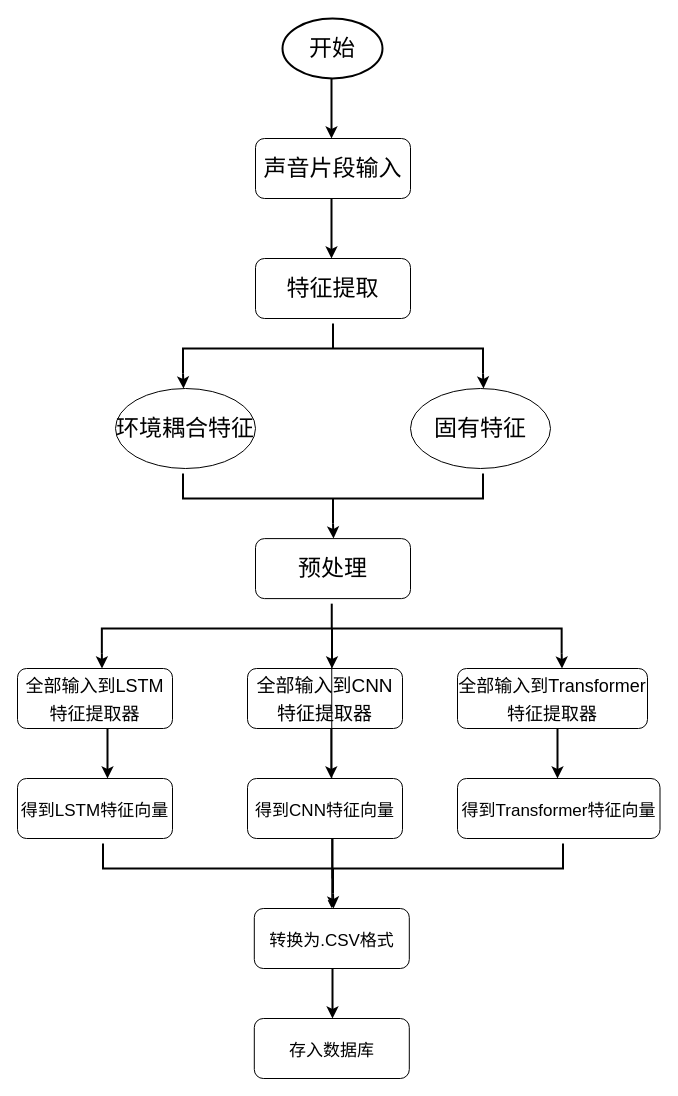
The draw.io diagram page "总体流程图" (1 of 2) of 水下目标提取标书/流程图.drawio in Corner430/drawio, before the edit. Source tidied: cells renumbered, new cells numbered last; positions are measured from the earlier drawing's top-left corner, leaving out a move shared by most shapes. Both pictures are drawn from the tidied source at 100%, with x=0, y=0 at pixel (17, 18).
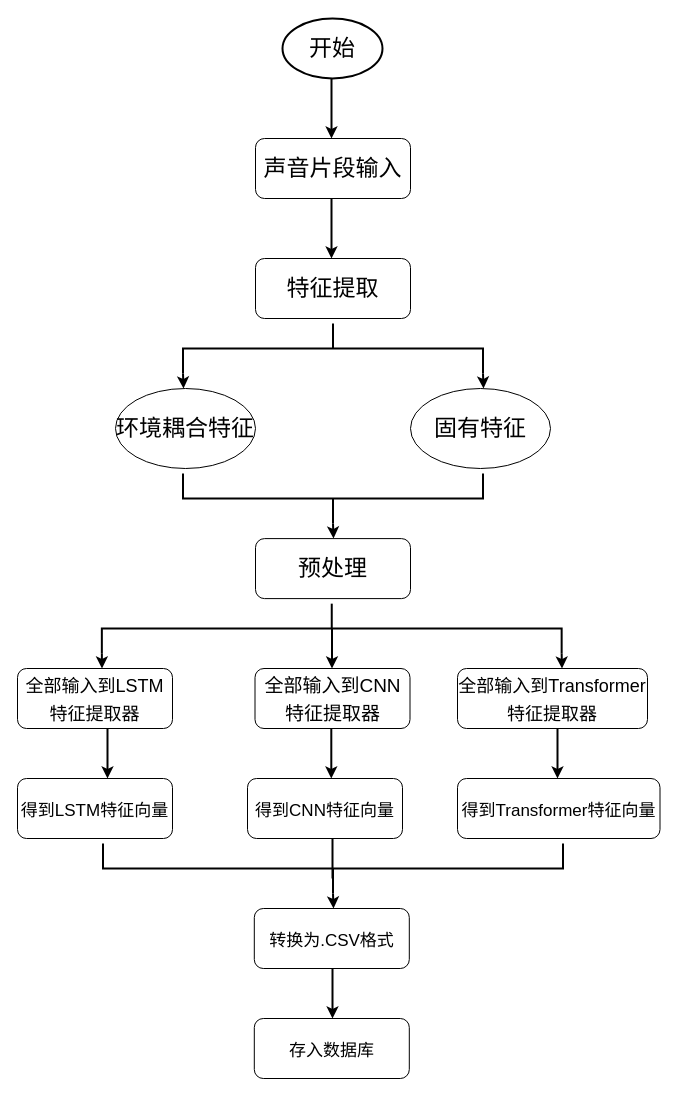
The same diagram, later.

The change refers to these unchanged cells:
```xml
<mxCell id="21" style="strokeWidth=2;html=1;shape=mxgraph.flowchart.annotation_2;align=left;labelPosition=right;fontSize=23;rotation=90;" parent="1" vertex="1">
  <mxGeometry x="289.5" y="380" width="49.5" height="459.8" as="geometry" />
</mxCell>
<mxCell id="32" value="&lt;font style=&quot;font-size: 17px;&quot;&gt;转换为.CSV格式&lt;/font&gt;" style="rounded=1;whiteSpace=wrap;html=1;fontSize=23;" parent="1" vertex="1">
  <mxGeometry x="236.8" y="890" width="155" height="60" as="geometry" />
</mxCell>
```

Change to the diagram source:
```diff
@@
     <mxCell id="16" value="&lt;font style=&quot;font-size: 19px;&quot;&gt;全部输入到CNN特征提取器&lt;/font&gt;" style="rounded=1;whiteSpace=wrap;html=1;fontSize=23;" parent="1" vertex="1">
-      <mxGeometry x="230" y="650" width="155" height="60" as="geometry" />
+      <mxGeometry x="237.5" y="650" width="155" height="60" as="geometry" />
     </mxCell>
@@
-    <mxCell id="20" style="edgeStyle=none;html=1;" parent="1" edge="1" source="21" target="32">
-      <mxGeometry relative="1" as="geometry" />
-    </mxCell>
```
